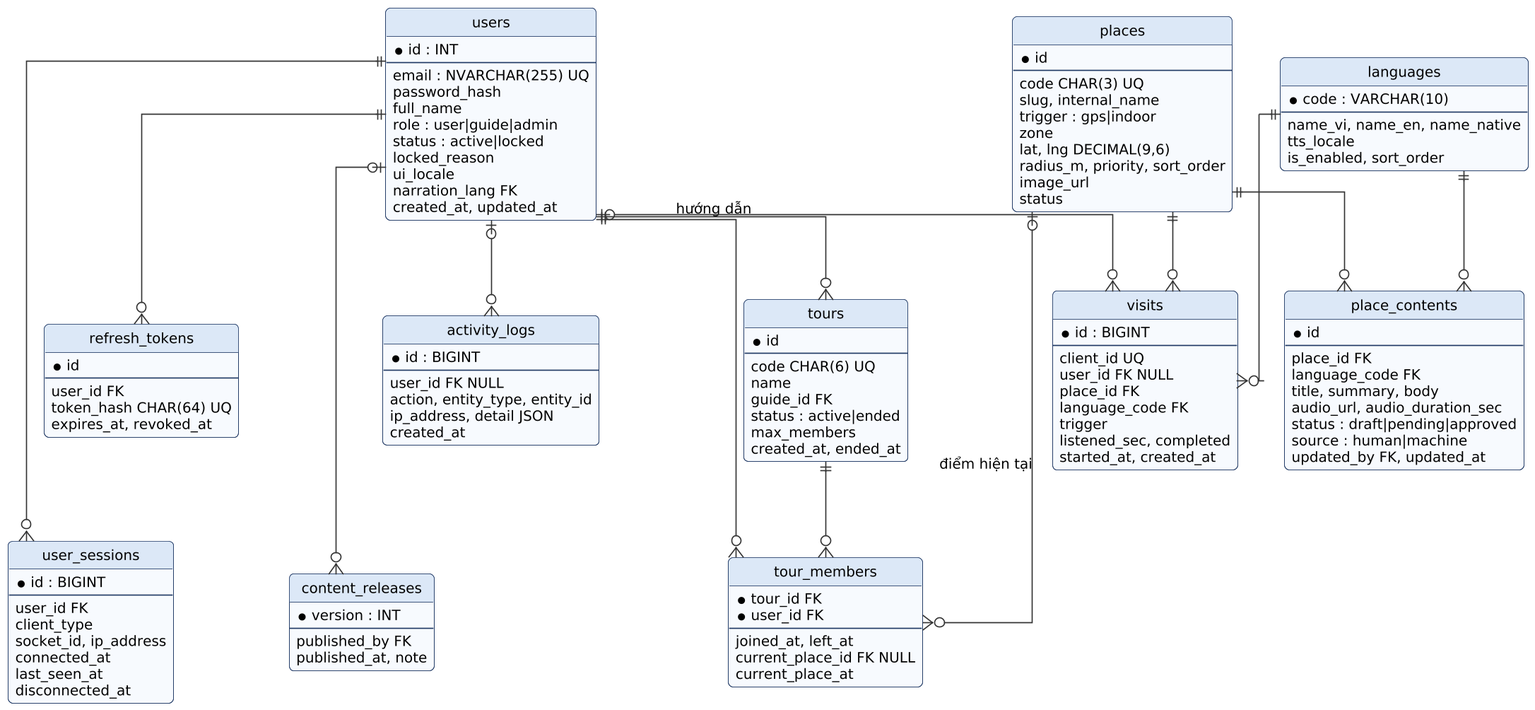
quangdieuluong2006-ctrl/CNPM_DinhDocLap keeps this PlantUML diagram as docs/diagrams/erd.png. Above is the earlier version.
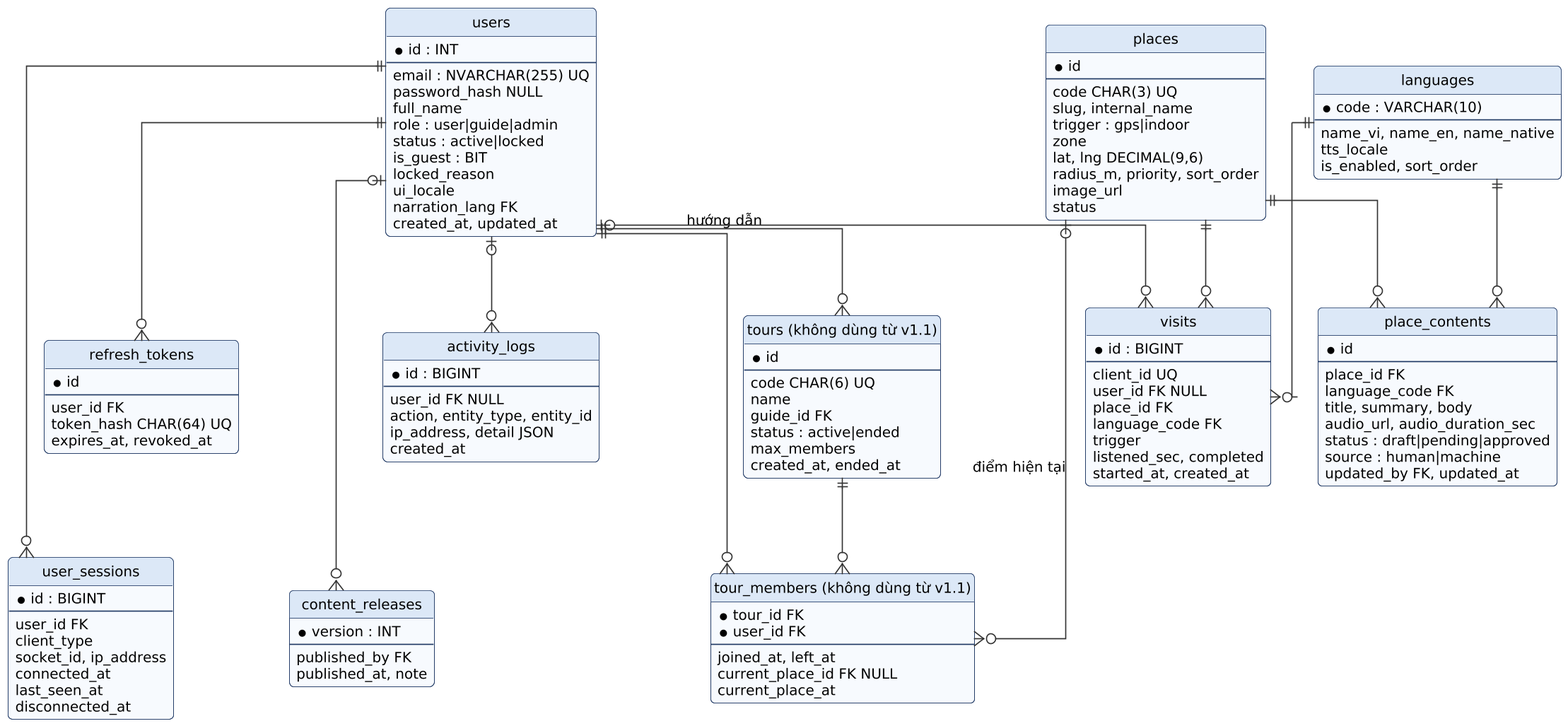
The same file after the commit.

What changed in the source:
```diff
@@ -9,10 +9,11 @@
   *id : INT
   --
   email : NVARCHAR(255) UQ
-  password_hash
+  password_hash NULL
   full_name
   role : user|guide|admin
   status : active|locked
+  is_guest : BIT
   locked_reason
   ui_locale
   narration_lang FK
@@ -79,7 +80,7 @@
   published_by FK
   published_at, note
 }
-entity tours {
+entity "tours (không dùng từ v1.1)" as tours {
   *id
   --
   code CHAR(6) UQ
@@ -89,7 +90,7 @@
   max_members
   created_at, ended_at
 }
-entity tour_members {
+entity "tour_members (không dùng từ v1.1)" as tour_members {
   *tour_id FK
   *user_id FK
   --
```
